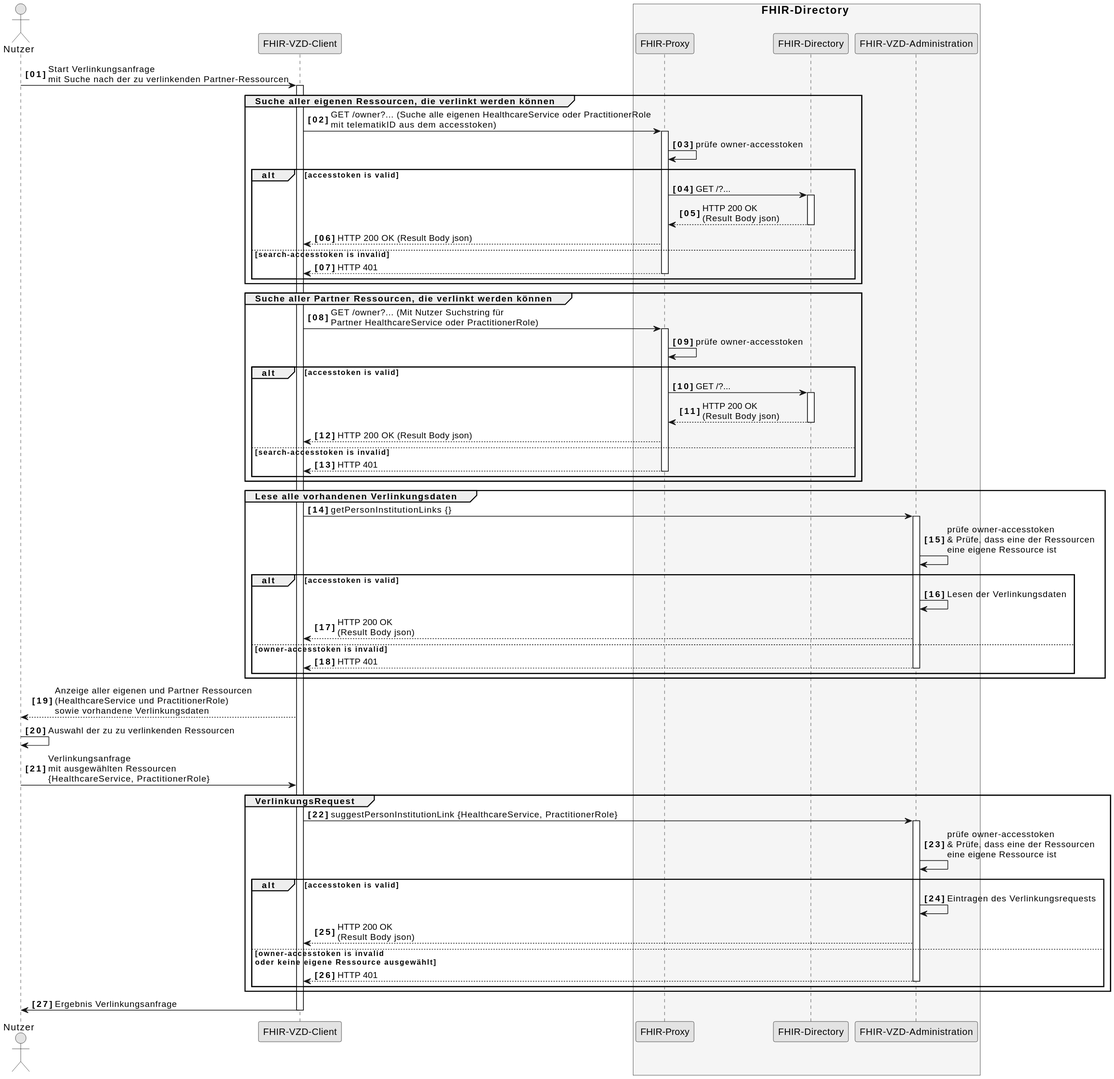
gematik/api-vzd keeps this PlantUML diagram as images/diagrams/SequenceDiagram.FHIR-Directory.LinkRequest.svg. Above is the earlier version.
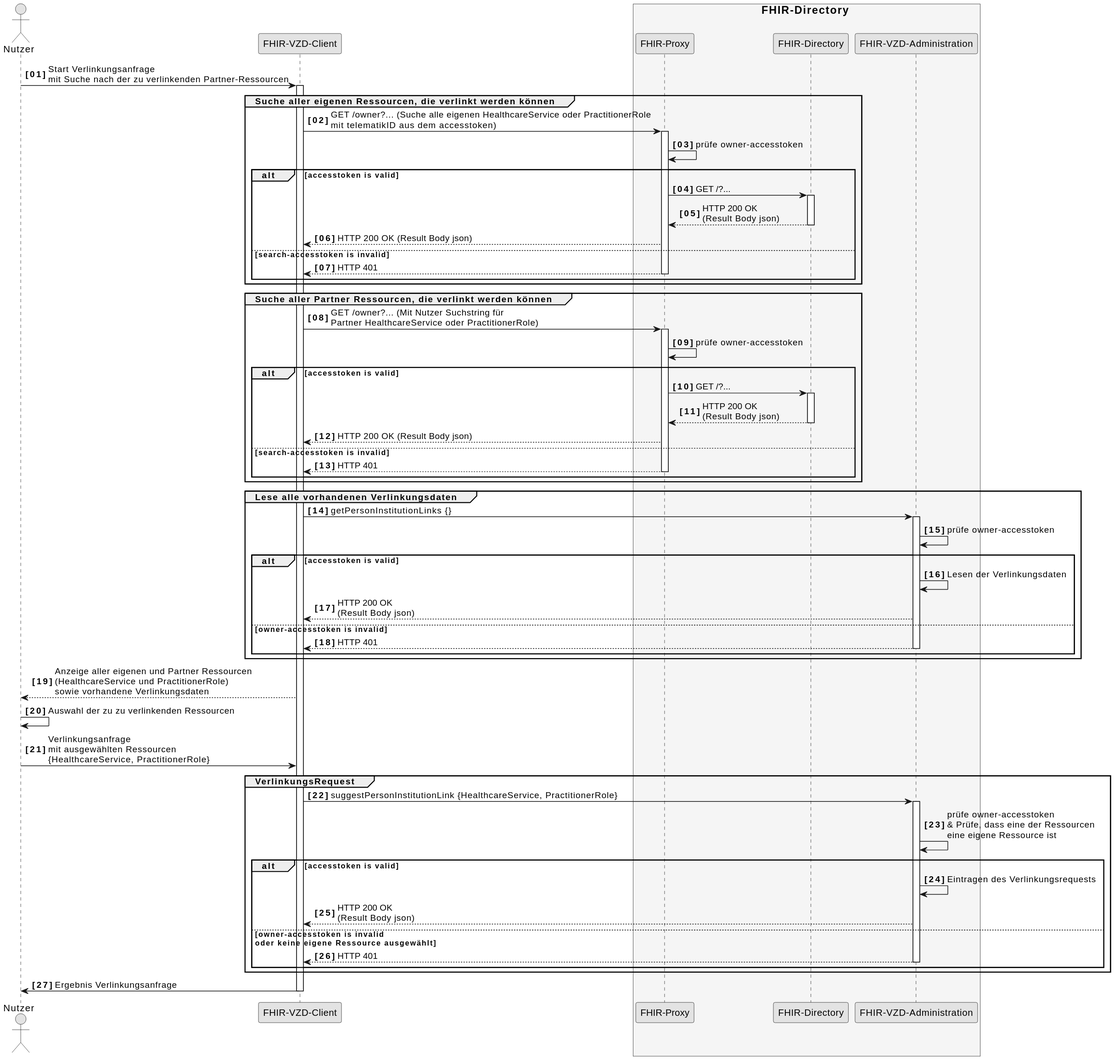
After the change.

Commit message:
Commit from GitHub Actions (GeneratePlantumlImages)

Change to the diagram source:
```diff
@@ -52,8 +52,7 @@
 group Lese alle vorhandenen Verlinkungsdaten
   cl -> fa: getPersonInstitutionLinks {}
   activate fa
-  fa -> fa: prüfe owner-accesstoken\n& Prüfe, dass eine der Ressourcen \neine eigene Ressource ist
-
+  fa -> fa: prüfe owner-accesstoken
     alt accesstoken is valid
       fa -> fa: Lesen der Verlinkungsdaten
       fa --> cl: HTTP 200 OK\n(Result Body json)
```
